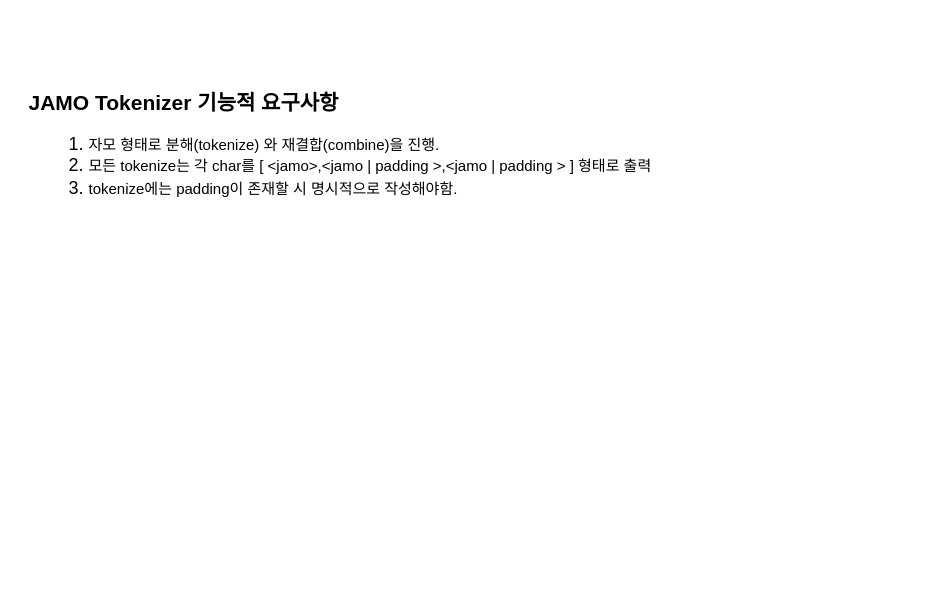
The draw.io diagram JAMO Tokenizer 요구사항 정리.drawio in tolf7544/JAMO-Tokenizer, before the edit. Source tidied: cells renumbered, new cells numbered last; positions are measured from the earlier drawing's top-left corner, leaving out a move shared by most shapes. Both pictures are drawn from the tidied source at 150%, with x=0, y=0 at pixel (26, 45).
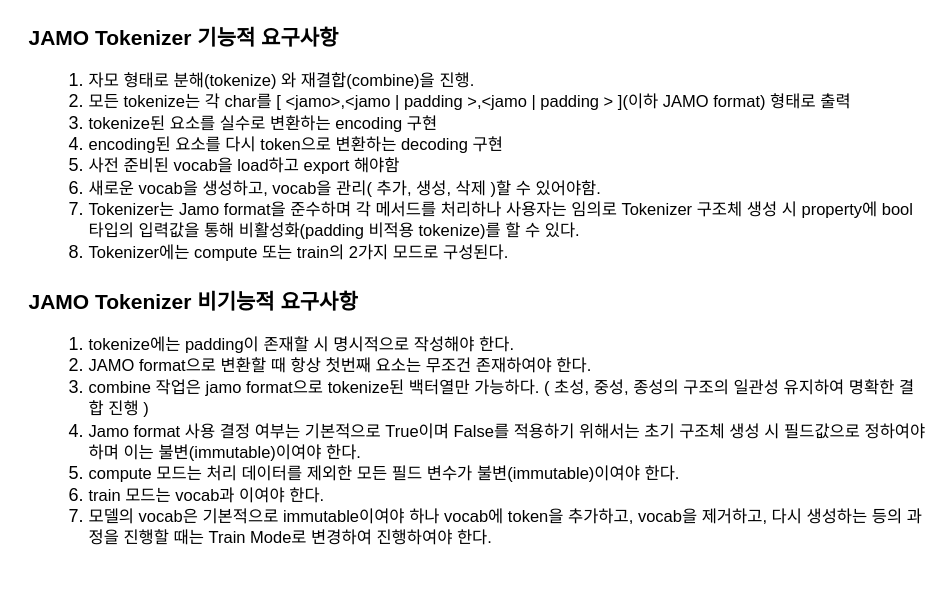
The same diagram, later.

Commit message:
JAMO Tokenizer 요구사항 정리.drawio 업데이트 - commit 2

What changed in the source:
```diff
@@
 <mxGraphModel>
   <root>
     <mxCell id="0" />
     <mxCell id="1" parent="0" />
-    <mxCell id="2" value="&lt;span style=&quot;font-size: 14px;&quot;&gt;&lt;b&gt;JAMO Tokenizer 기능적 요구사항&lt;/b&gt;&lt;/span&gt;&lt;div&gt;&lt;p&gt;&lt;/p&gt;&lt;ol&gt;&lt;li&gt;&lt;font size=&quot;1&quot;&gt;자모 형태로 분해(tokenize) 와 재결합(combine)을 진행.&lt;/font&gt;&lt;/li&gt;&lt;li&gt;&lt;font size=&quot;1&quot;&gt;모든 tokenize는 각 char를 [ &amp;lt;jamo&amp;gt;,&amp;lt;jamo&amp;nbsp;| padding&amp;nbsp;&amp;gt;,&amp;lt;jamo | padding &amp;gt;&amp;nbsp;] 형태로 출력&lt;/font&gt;&lt;/li&gt;&lt;li&gt;&lt;font size=&quot;1&quot;&gt;tokenize에는 padding이 존재할 시 명시적으로 작성해야함.&lt;/font&gt;&lt;/li&gt;&lt;/ol&gt;&lt;p&gt;&lt;/p&gt;&lt;div&gt;&lt;span style=&quot;font-size: 14px;&quot;&gt;&lt;b&gt;&lt;br&gt;&lt;/b&gt;&lt;/span&gt;&lt;/div&gt;&lt;/div&gt;" style="text;html=1;align=left;verticalAlign=middle;whiteSpace=wrap;rounded=0;" parent="1" vertex="1">
+    <mxCell id="2" value="&lt;span style=&quot;font-size: 14px;&quot;&gt;&lt;b&gt;JAMO Tokenizer 기능적 요구사항&lt;/b&gt;&lt;/span&gt;&lt;div&gt;&lt;p&gt;&lt;/p&gt;&lt;ol&gt;&lt;li&gt;&lt;font style=&quot;font-size: 11px;&quot;&gt;자모 형태로 분해(tokenize) 와 재결합(combine)을 진행.&lt;/font&gt;&lt;/li&gt;&lt;li&gt;&lt;font style=&quot;font-size: 11px;&quot;&gt;모든 tokenize는 각 char를 [ &amp;lt;jamo&amp;gt;,&amp;lt;jamo&amp;nbsp;| padding&amp;nbsp;&amp;gt;,&amp;lt;jamo | padding &amp;gt;&amp;nbsp;](이하 JAMO format) 형태로 출력&lt;/font&gt;&lt;/li&gt;&lt;li&gt;&lt;font style=&quot;font-size: 11px;&quot;&gt;tokenize된 요소를 실수로 변환하는 encoding 구현&lt;/font&gt;&lt;/li&gt;&lt;li&gt;&lt;font style=&quot;font-size: 11px;&quot;&gt;encoding된 요소를 다시 token으로 변환하는 decoding 구현&lt;/font&gt;&lt;/li&gt;&lt;li&gt;&lt;span style=&quot;font-size: 11px;&quot;&gt;사전 준비된 vocab을 load하고 export 해야함&lt;/span&gt;&lt;/li&gt;&lt;li&gt;&lt;span style=&quot;font-size: 11px;&quot;&gt;새로운 vocab을 생성하고, vocab을 관리( 추가, 생성, 삭제 )할 수 있어야함.&lt;/span&gt;&lt;/li&gt;&lt;li&gt;&lt;span style=&quot;font-size: 11px;&quot;&gt;Tokenizer는 Jamo format을 준수하며 각 메서드를 처리하나 사용자는 임의로 Tokenizer 구조체 생성 시 property에 bool 타입의 입력값을 통해 비활성화(padding 비적용 tokenize)를 할 수 있다.&lt;/span&gt;&lt;/li&gt;&lt;li&gt;&lt;span style=&quot;font-size: 11px;&quot;&gt;Tokenizer에는 compute 또는 train의 2가지 모드로 구성된다.&lt;/span&gt;&lt;/li&gt;&lt;/ol&gt;&lt;p&gt;&lt;/p&gt;&lt;div&gt;&lt;span style=&quot;font-size: 14px;&quot;&gt;&lt;b&gt;&lt;br&gt;&lt;/b&gt;&lt;/span&gt;&lt;/div&gt;&lt;/div&gt;" style="text;html=1;align=left;verticalAlign=middle;whiteSpace=wrap;rounded=0;" parent="1" vertex="1">
       <mxGeometry width="600" height="160" as="geometry" />
     </mxCell>
+    <mxCell id="3" value="&lt;span style=&quot;font-size: 14px;&quot;&gt;&lt;b&gt;JAMO Tokenizer 비기능적 요구사항&lt;/b&gt;&lt;/span&gt;&lt;div&gt;&lt;p&gt;&lt;/p&gt;&lt;ol&gt;&lt;li&gt;&lt;font style=&quot;font-size: 11px;&quot;&gt;tokenize에는 padding이 존재할 시 명시적으로 작성해야 한다.&lt;/font&gt;&lt;/li&gt;&lt;li&gt;&lt;font style=&quot;font-size: 11px;&quot;&gt;JAMO format으로 변환할 때 항상 첫번째 요소는 무조건 존재하여야 한다.&lt;/font&gt;&lt;/li&gt;&lt;li&gt;&lt;font style=&quot;font-size: 11px;&quot;&gt;combine 작업은 jamo format으로 tokenize된 백터열만 가능하다. ( 초성, 중성, 종성의 구조의 일관성 유지하여 명확한 결합 진행 )&lt;/font&gt;&lt;/li&gt;&lt;li&gt;&lt;span style=&quot;font-size: 11px;&quot;&gt;Jamo format 사용 결정 여부는 기본적으로 True이며 False를 적용하기 위해서는 초기 구조체 생성 시 필드값으로 정하여야 하며 이는 불변(immutable)이여야 한다.&lt;/span&gt;&lt;/li&gt;&lt;li&gt;&lt;span style=&quot;font-size: 11px;&quot;&gt;compute 모드는 처리 데이터를 제외한 모든 필드 변수가&amp;nbsp;불변(immutable)이여야 한다.&lt;/span&gt;&lt;/li&gt;&lt;li&gt;&lt;span style=&quot;font-size: 11px;&quot;&gt;train 모드는 vocab과 이여야 한다.&lt;/span&gt;&lt;/li&gt;&lt;li&gt;&lt;span style=&quot;font-size: 11px;&quot;&gt;모델의 vocab은 기본적으로 immutable이여야 하나 vocab에 token을 추가하고, vocab을 제거하고, 다시 생성하는 등의 과정을 진행할 때는 Train Mode로 변경하여 진행하여야 한다.&lt;/span&gt;&lt;/li&gt;&lt;/ol&gt;&lt;/div&gt;" style="text;html=1;align=left;verticalAlign=middle;whiteSpace=wrap;rounded=0;" parent="1" vertex="1">
+      <mxGeometry y="160" width="600" height="190" as="geometry" />
+    </mxCell>
   </root>
 </mxGraphModel>
```
